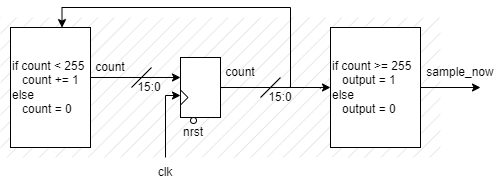
Before: Drum machine/clock_divider.drawio.png, a diagram exported from draw.io (galaxybomb23/STARS-6502cpu). Source tidied: cells renumbered, new cells last; positions are measured from the earlier drawing's top-left corner, leaving out a move shared by most shapes.
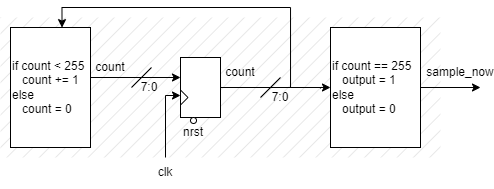
The same file after the commit.

Commit message:
Clock RTL

The edit, as a diff of the source:
```diff
@@ -31,7 +31,7 @@
         <mxPoint x="480" y="80" as="targetPoint" />
       </mxGeometry>
     </mxCell>
-    <mxCell id="8" value="&lt;font color=&quot;#000000&quot;&gt;if count &amp;gt;= 255&lt;br&gt;&amp;nbsp; &amp;nbsp;output = 1&lt;br&gt;else&lt;br&gt;&amp;nbsp; &amp;nbsp;output = 0&lt;br&gt;&lt;/font&gt;" style="shadow=0;dashed=0;align=left;html=1;strokeWidth=1;shape=mxgraph.rtl.abstract.entity;kind=sequential;drawPins=0;left=3;right=2;bottom=0;top=0;fillStyle=solid;fillColor=#FFFFFF;strokeColor=#000000;" parent="1" vertex="1">
+    <mxCell id="8" value="&lt;font color=&quot;#000000&quot;&gt;if count == 255&lt;br&gt;&amp;nbsp; &amp;nbsp;output = 1&lt;br&gt;else&lt;br&gt;&amp;nbsp; &amp;nbsp;output = 0&lt;br&gt;&lt;/font&gt;" style="shadow=0;dashed=0;align=left;html=1;strokeWidth=1;shape=mxgraph.rtl.abstract.entity;kind=sequential;drawPins=0;left=3;right=2;bottom=0;top=0;fillStyle=solid;fillColor=#FFFFFF;strokeColor=#000000;" parent="1" vertex="1">
       <mxGeometry x="330" y="20" width="90" height="120" as="geometry" />
     </mxCell>
     <mxCell id="9" style="ellipse;whiteSpace=wrap;html=1;fillColor=#FFFFFF;strokeColor=#000000;" parent="1" vertex="1">
@@ -60,7 +60,7 @@
         </Array>
       </mxGeometry>
     </mxCell>
-    <mxCell id="14" value="&lt;font color=&quot;#000000&quot;&gt;15:0&lt;/font&gt;" style="text;html=1;strokeColor=none;fillColor=none;align=center;verticalAlign=middle;whiteSpace=wrap;rounded=0;" parent="1" vertex="1">
+    <mxCell id="14" value="&lt;font color=&quot;#000000&quot;&gt;7:0&lt;/font&gt;" style="text;html=1;strokeColor=none;fillColor=none;align=center;verticalAlign=middle;whiteSpace=wrap;rounded=0;" parent="1" vertex="1">
       <mxGeometry x="250" y="75" width="60" height="30" as="geometry" />
     </mxCell>
     <mxCell id="15" value="&lt;font color=&quot;#000000&quot;&gt;sample_now&lt;/font&gt;" style="text;html=1;strokeColor=none;fillColor=none;align=center;verticalAlign=middle;whiteSpace=wrap;rounded=0;" parent="1" vertex="1">
@@ -79,7 +79,7 @@
     <mxCell id="18" value="&lt;font color=&quot;#000000&quot;&gt;count&lt;/font&gt;" style="text;html=1;strokeColor=none;fillColor=none;align=center;verticalAlign=middle;whiteSpace=wrap;rounded=0;" parent="1" vertex="1">
       <mxGeometry x="80" y="45" width="60" height="30" as="geometry" />
     </mxCell>
-    <mxCell id="19" value="&lt;font color=&quot;#000000&quot;&gt;15:0&lt;/font&gt;" style="text;html=1;strokeColor=none;fillColor=none;align=center;verticalAlign=middle;whiteSpace=wrap;rounded=0;" parent="1" vertex="1">
+    <mxCell id="19" value="&lt;font color=&quot;#000000&quot;&gt;7:0&lt;/font&gt;" style="text;html=1;strokeColor=none;fillColor=none;align=center;verticalAlign=middle;whiteSpace=wrap;rounded=0;" parent="1" vertex="1">
       <mxGeometry x="119" y="65" width="60" height="30" as="geometry" />
     </mxCell>
     <mxCell id="20" style="endArrow=none;html=1;rounded=0;strokeColor=#000000;" parent="1" edge="1">
```
